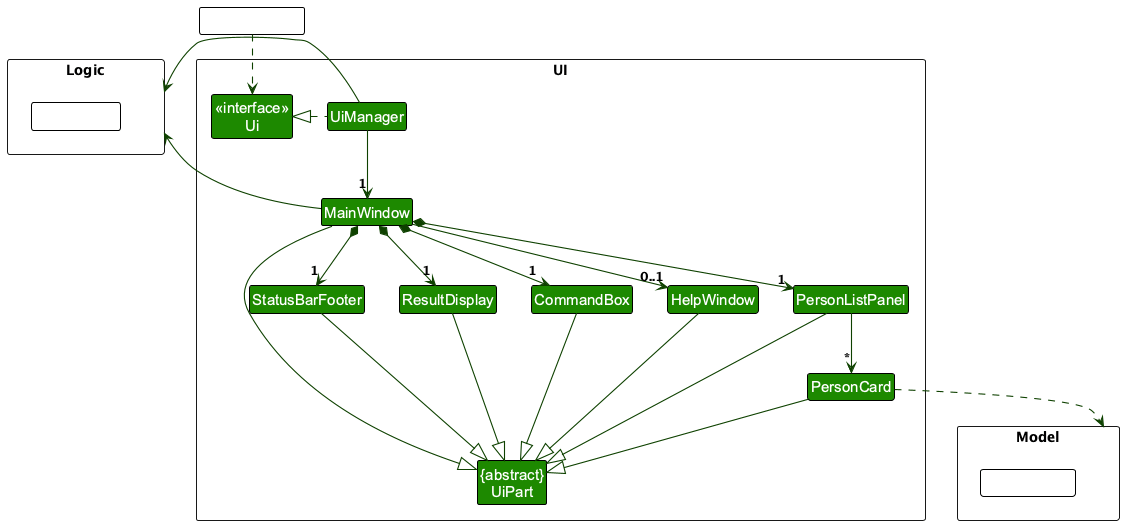
yihao03/tp keeps this PlantUML diagram as docs/images/UiClassDiagram.png. Above is the earlier version. Its diagram source:
```plantuml
@startuml
!include style.puml
skinparam arrowThickness 1.1
skinparam arrowColor UI_COLOR_T4
skinparam classBackgroundColor UI_COLOR

package UI <<Rectangle>>{
Class "<<interface>>\nUi" as Ui
Class "{abstract}\nUiPart" as UiPart
Class UiManager
Class MainWindow
Class HelpWindow
Class ResultDisplay
Class PersonListPanel
Class PersonCard
Class StatusBarFooter
Class CommandBox
}

package Model <<Rectangle>> {
Class HiddenModel #FFFFFF
}

package Logic <<Rectangle>> {
Class HiddenLogic #FFFFFF
}

Class HiddenOutside #FFFFFF
HiddenOutside ..> Ui

UiManager .left.|> Ui
UiManager -down-> "1" MainWindow
MainWindow *-down->  "1" CommandBox
MainWindow *-down-> "1" ResultDisplay
MainWindow *-down-> "1" PersonListPanel
MainWindow *-down-> "1" StatusBarFooter
MainWindow --> "0..1" HelpWindow

PersonListPanel -down-> "*" PersonCard

MainWindow -left-|> UiPart

ResultDisplay --|> UiPart
CommandBox --|> UiPart
PersonListPanel --|> UiPart
PersonCard --|> UiPart
StatusBarFooter --|> UiPart
HelpWindow --|> UiPart

PersonCard ..> Model
UiManager -right-> Logic
MainWindow -left-> Logic

PersonListPanel -[hidden]left- HelpWindow
HelpWindow -[hidden]left- CommandBox
CommandBox -[hidden]left- ResultDisplay
ResultDisplay -[hidden]left- StatusBarFooter

MainWindow -[hidden]-|> UiPart
@enduml
```
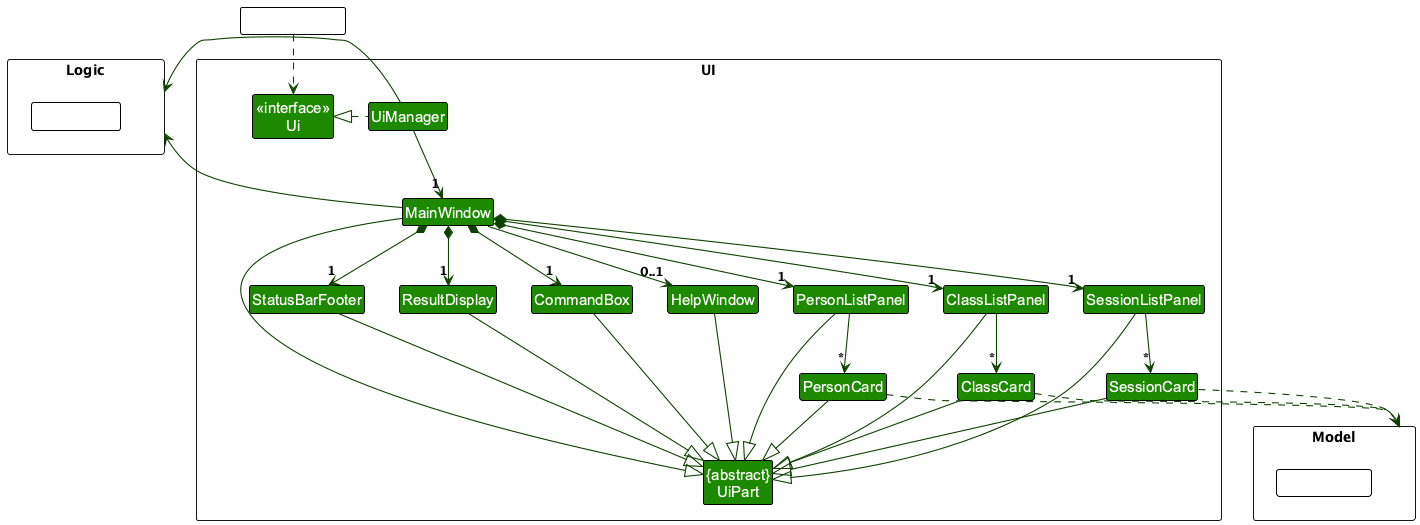
After the commit.

Change to the diagram source:
```diff
@@ -13,6 +13,10 @@
 Class ResultDisplay
 Class PersonListPanel
 Class PersonCard
+Class ClassListPanel
+Class ClassCard
+Class SessionListPanel
+Class SessionCard
 Class StatusBarFooter
 Class CommandBox
 }
@@ -33,10 +37,14 @@
 MainWindow *-down->  "1" CommandBox
 MainWindow *-down-> "1" ResultDisplay
 MainWindow *-down-> "1" PersonListPanel
+MainWindow *-down-> "1" ClassListPanel
+MainWindow *-down-> "1" SessionListPanel
 MainWindow *-down-> "1" StatusBarFooter
 MainWindow --> "0..1" HelpWindow
 
 PersonListPanel -down-> "*" PersonCard
+ClassListPanel -down-> "*" ClassCard
+SessionListPanel -down-> "*" SessionCard
 
 MainWindow -left-|> UiPart
 
@@ -44,10 +52,16 @@
 CommandBox --|> UiPart
 PersonListPanel --|> UiPart
 PersonCard --|> UiPart
+ClassListPanel --|> UiPart
+ClassCard --|> UiPart
+SessionListPanel --|> UiPart
+SessionCard --|> UiPart
 StatusBarFooter --|> UiPart
 HelpWindow --|> UiPart
 
 PersonCard ..> Model
+ClassCard ..> Model
+SessionCard ..> Model
 UiManager -right-> Logic
 MainWindow -left-> Logic
 
```
